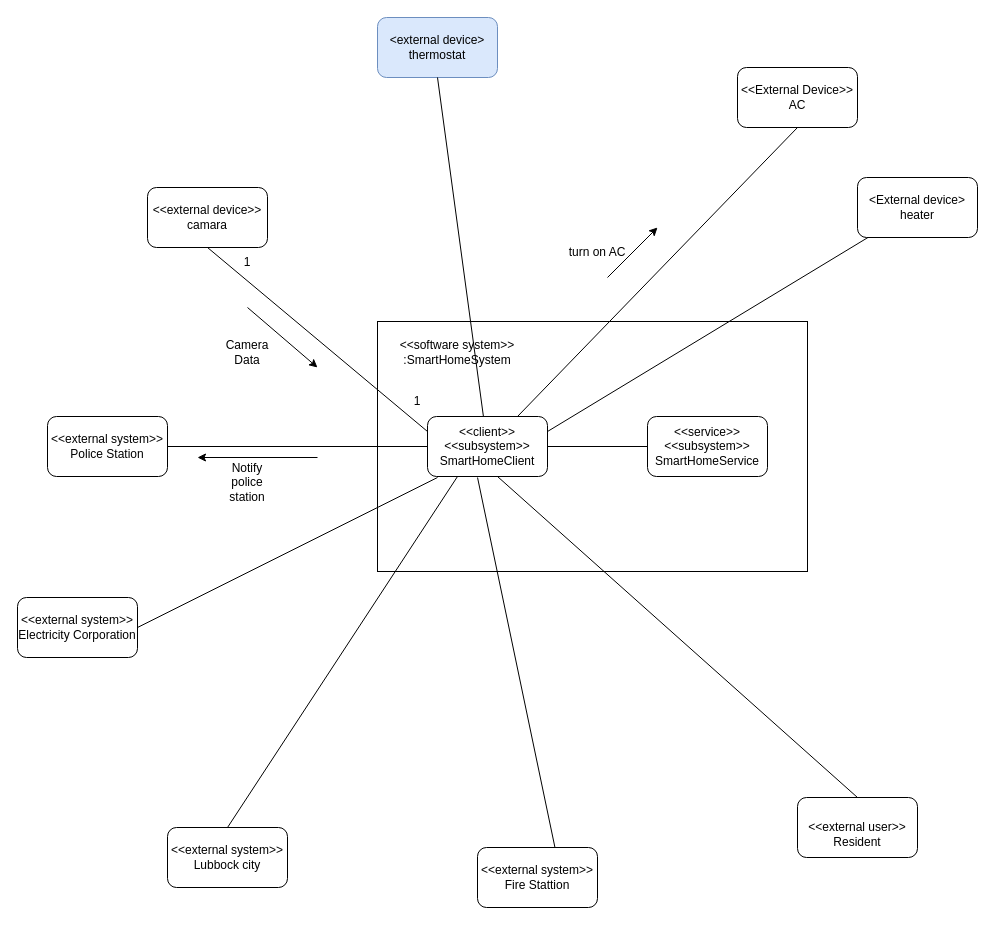
The draw.io diagram subsytem diagram.drawio in emmanuel-george/TestProject, before the edit. Source tidied: cells renumbered, new cells numbered last; positions are measured from the earlier drawing's top-left corner, leaving out a move shared by most shapes. Both pictures are drawn from the tidied source at 100%, with x=0, y=0 at pixel (17, 17).
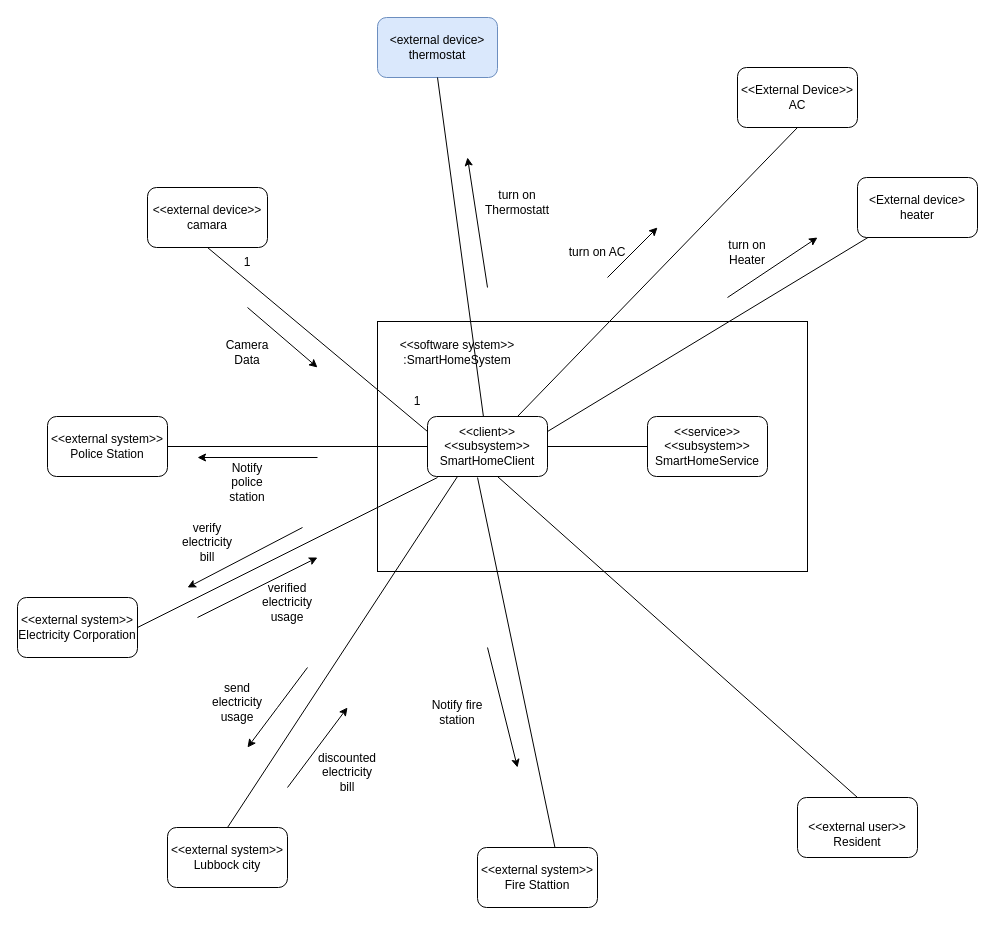
The same page after the edit.

Diff of the diagram source:
```diff
@@
+    <mxCell id="33" style="endArrow=classic;html=1;rounded=0;" parent="1" edge="1">
+      <mxGeometry relative="1" as="geometry">
+        <mxPoint x="285" y="510" as="sourcePoint" />
+        <mxPoint x="170" y="570" as="targetPoint" />
+      </mxGeometry>
+    </mxCell>
+    <mxCell id="34" value="verify electricity bill" style="text;html=1;strokeColor=none;fillColor=none;align=center;verticalAlign=middle;whiteSpace=wrap;rounded=0;" parent="1" vertex="1">
+      <mxGeometry x="160" y="510" width="60" height="30" as="geometry" />
+    </mxCell>
+    <mxCell id="35" style="endArrow=classic;html=1;rounded=0;" parent="1" edge="1">
+      <mxGeometry relative="1" as="geometry">
+        <mxPoint x="180" y="600" as="sourcePoint" />
+        <mxPoint x="300" y="540" as="targetPoint" />
+      </mxGeometry>
+    </mxCell>
+    <mxCell id="36" value="verified electricity usage" style="text;html=1;strokeColor=none;fillColor=none;align=center;verticalAlign=middle;whiteSpace=wrap;rounded=0;" parent="1" vertex="1">
+      <mxGeometry x="240" y="570" width="60" height="30" as="geometry" />
+    </mxCell>
+    <mxCell id="37" style="endArrow=classic;html=1;rounded=0;" parent="1" edge="1">
+      <mxGeometry relative="1" as="geometry">
+        <mxPoint x="290" y="650" as="sourcePoint" />
+        <mxPoint x="230" y="730" as="targetPoint" />
+        <Array as="points">
+          <mxPoint x="260" y="690" />
+        </Array>
+      </mxGeometry>
+    </mxCell>
+    <mxCell id="38" value="send electricity usage" style="text;html=1;strokeColor=none;fillColor=none;align=center;verticalAlign=middle;whiteSpace=wrap;rounded=0;" parent="1" vertex="1">
+      <mxGeometry x="190" y="670" width="60" height="30" as="geometry" />
+    </mxCell>
+    <mxCell id="39" value="discounted electricity bill&lt;br&gt;" style="text;html=1;strokeColor=none;fillColor=none;align=center;verticalAlign=middle;whiteSpace=wrap;rounded=0;" parent="1" vertex="1">
+      <mxGeometry x="300" y="740" width="60" height="30" as="geometry" />
+    </mxCell>
+    <mxCell id="40" style="endArrow=classic;html=1;rounded=0;" parent="1" edge="1">
+      <mxGeometry relative="1" as="geometry">
+        <mxPoint x="270" y="770" as="sourcePoint" />
+        <mxPoint x="330" y="690" as="targetPoint" />
+      </mxGeometry>
+    </mxCell>
+    <mxCell id="41" style="endArrow=classic;html=1;rounded=0;" parent="1" edge="1">
+      <mxGeometry relative="1" as="geometry">
+        <mxPoint x="470" y="630" as="sourcePoint" />
+        <mxPoint x="500" y="750" as="targetPoint" />
+      </mxGeometry>
+    </mxCell>
+    <mxCell id="42" value="Notify fire station" style="text;html=1;strokeColor=none;fillColor=none;align=center;verticalAlign=middle;whiteSpace=wrap;rounded=0;" parent="1" vertex="1">
+      <mxGeometry x="410" y="680" width="60" height="30" as="geometry" />
+    </mxCell>
+    <mxCell id="43" value="turn on Heater&lt;br&gt;" style="text;html=1;strokeColor=none;fillColor=none;align=center;verticalAlign=middle;whiteSpace=wrap;rounded=0;" parent="1" vertex="1">
+      <mxGeometry x="700" y="220" width="60" height="30" as="geometry" />
+    </mxCell>
+    <mxCell id="44" style="endArrow=classic;html=1;rounded=0;" parent="1" edge="1">
+      <mxGeometry relative="1" as="geometry">
+        <mxPoint x="710" y="280" as="sourcePoint" />
+        <mxPoint x="800" y="220" as="targetPoint" />
+      </mxGeometry>
+    </mxCell>
+    <mxCell id="45" style="endArrow=classic;html=1;rounded=0;" parent="1" edge="1">
+      <mxGeometry relative="1" as="geometry">
+        <mxPoint x="470" y="270" as="sourcePoint" />
+        <mxPoint x="450" y="140" as="targetPoint" />
+      </mxGeometry>
+    </mxCell>
+    <mxCell id="46" value="turn on Thermostatt" style="text;html=1;strokeColor=none;fillColor=none;align=center;verticalAlign=middle;whiteSpace=wrap;rounded=0;" parent="1" vertex="1">
+      <mxGeometry x="470" y="170" width="60" height="30" as="geometry" />
+    </mxCell>
```
